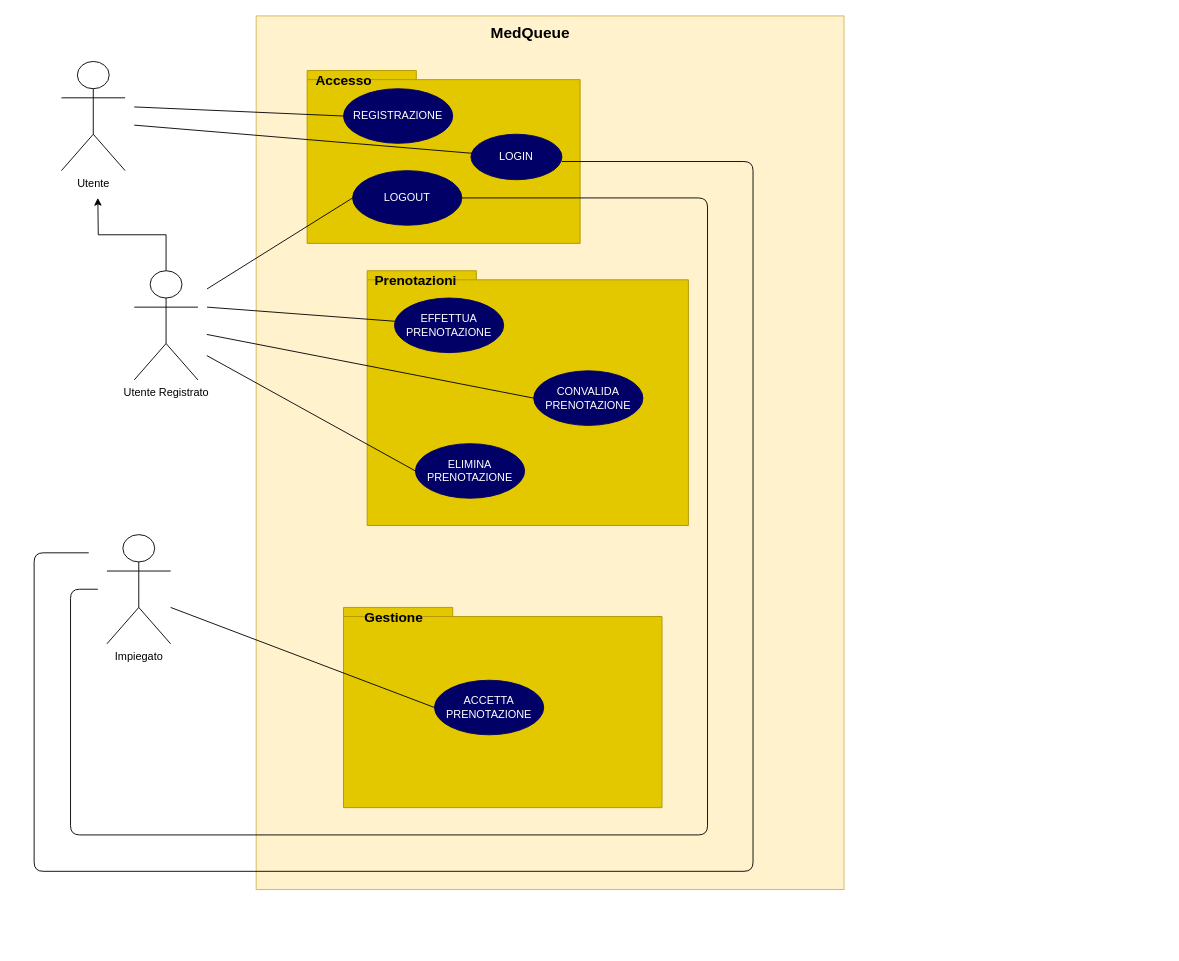
Earlier version of the draw.io diagram Documenti/RAD/Use Case/UseCaseModel(NUOVO).drawio (Givaa/MedQueue). Source tidied: cells renumbered, new cells numbered last; positions are measured from the earlier drawing's top-left corner, leaving out a move shared by most shapes. Both pictures are drawn from the tidied source at 91%, with x=0, y=0 at pixel (34, 15).
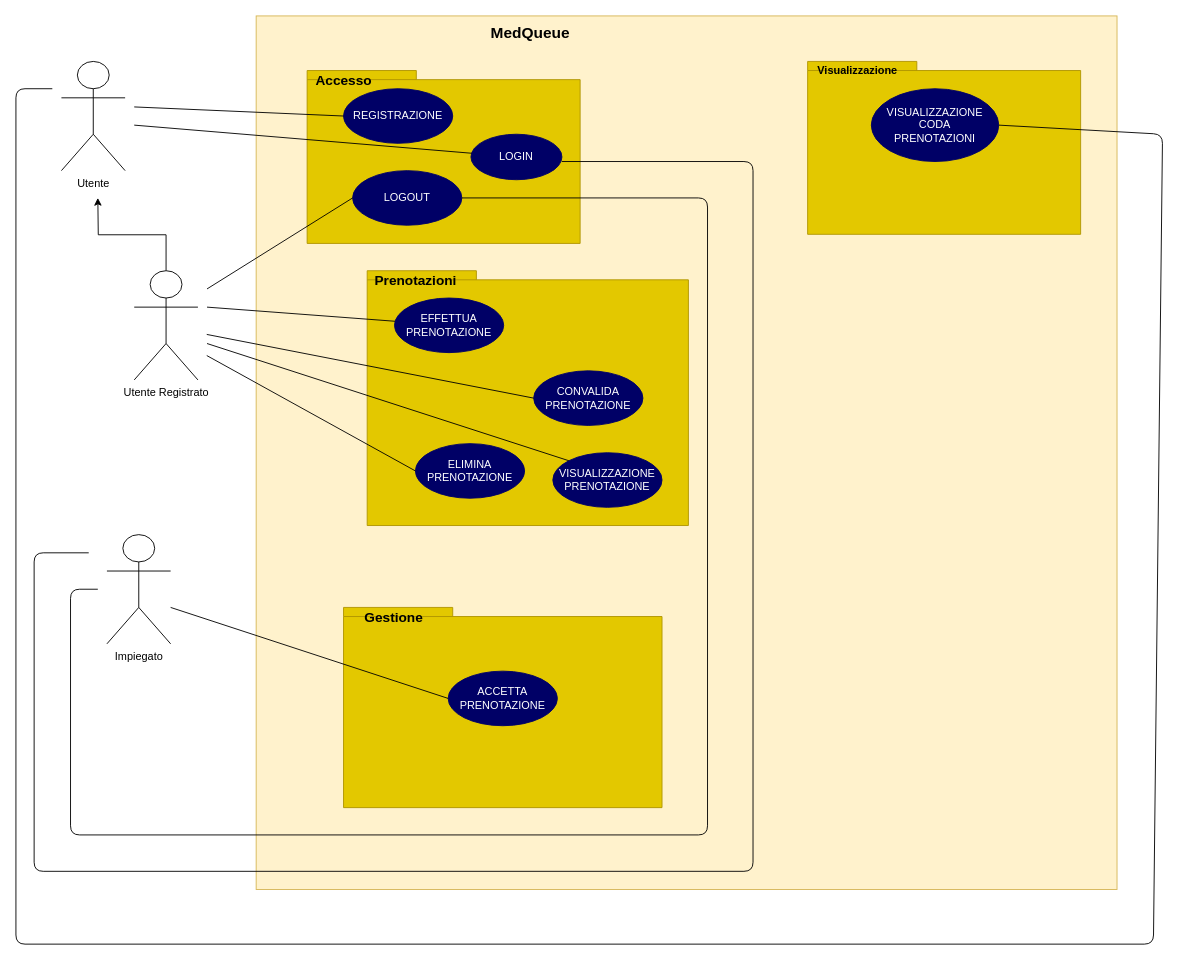
The same diagram, later.

The edit, as a diff of the source:
```diff
@@
     <mxCell id="6" style="rounded=0;whiteSpace=wrap;html=1;fillColor=#fff2cc;strokeColor=#d6b656;" parent="1" vertex="1">
-      <mxGeometry x="244" width="646" height="960" as="geometry" />
+      <mxGeometry x="244" width="946" height="960" as="geometry" />
     </mxCell>
@@
     <mxCell id="28" value="&lt;font color=&quot;#ffffff&quot;&gt;ACCETTA&lt;br&gt;PRENOTAZIONE&lt;br&gt;&lt;/font&gt;" style="ellipse;whiteSpace=wrap;html=1;fillColor=#000066;strokeColor=#000066;" parent="1" vertex="1">
-      <mxGeometry x="440" y="730" width="120" height="60" as="geometry" />
+      <mxGeometry x="455" y="720" width="120" height="60" as="geometry" />
     </mxCell>
@@
+    <mxCell id="30" style="shape=folder;fontStyle=1;spacingTop=10;tabWidth=120;tabHeight=10;tabPosition=left;html=1;fillColor=#e3c800;strokeColor=#B09500;fontColor=#ffffff;" parent="1" vertex="1">
+      <mxGeometry x="850" y="50" width="300" height="190" as="geometry" />
+    </mxCell>
+    <mxCell id="31" value="Visualizzazione" style="text;html=1;strokeColor=none;fillColor=none;align=center;verticalAlign=middle;whiteSpace=wrap;rounded=0;fontStyle=1;" parent="1" vertex="1">
+      <mxGeometry x="850" y="50" width="110" height="20" as="geometry" />
+    </mxCell>
+    <mxCell id="32" value="&lt;font color=&quot;#ffffff&quot;&gt;VISUALIZZAZIONE CODA&lt;br&gt;PRENOTAZIONI&lt;br&gt;&lt;/font&gt;" style="ellipse;whiteSpace=wrap;html=1;fillColor=#000066;strokeColor=#000066;" parent="1" vertex="1">
+      <mxGeometry x="920" y="80" width="140" height="80" as="geometry" />
+    </mxCell>
+    <mxCell id="33" style="endArrow=none;html=1;entryX=1;entryY=0.5;entryDx=0;entryDy=0;" parent="1" edge="1" target="32">
+      <mxGeometry relative="1" as="geometry">
+        <mxPoint x="20" y="80" as="sourcePoint" />
+        <Array as="points">
+          <mxPoint x="-20" y="80" />
+          <mxPoint x="-20" y="1020" />
+          <mxPoint x="1230" y="1020" />
+          <mxPoint x="1240" y="130" />
+        </Array>
+      </mxGeometry>
+    </mxCell>
+    <mxCell id="34" value="&lt;font color=&quot;#ffffff&quot;&gt;VISUALIZZAZIONE&lt;br&gt;PRENOTAZIONE&lt;br&gt;&lt;/font&gt;" style="ellipse;whiteSpace=wrap;html=1;fillColor=#000066;strokeColor=#000066;" parent="1" vertex="1">
+      <mxGeometry x="570" y="480" width="120" height="60" as="geometry" />
+    </mxCell>
+    <mxCell id="35" style="endArrow=none;html=1;exitX=0;exitY=0;exitDx=0;exitDy=0;" parent="1" edge="1" source="34">
+      <mxGeometry relative="1" as="geometry">
+        <mxPoint x="190" y="360" as="targetPoint" />
+      </mxGeometry>
+    </mxCell>
```
